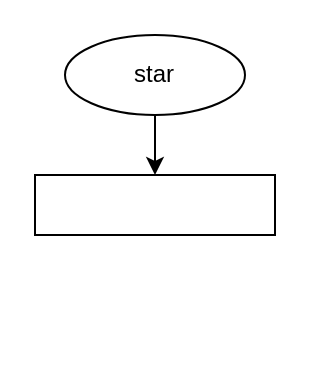
The draw.io diagram flowchart.drawio in maulliidda/Maulida-Yosi-Hamidah-Vending-Machine-MYH, before the edit. Source tidied: cells renumbered, new cells numbered last; positions are measured from the earlier drawing's top-left corner, leaving out a move shared by most shapes. Both pictures are drawn from the tidied source at 200%, with x=0, y=0 at pixel (34, 34).
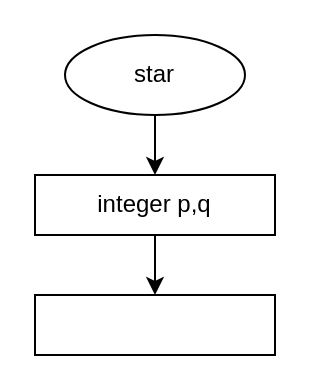
The same diagram, later.

Commit message:
Add variabel p=0 for proses output

Diff of the diagram source:
```diff
@@
 <mxGraphModel>
   <root>
     <mxCell id="0" />
     <mxCell id="1" parent="0" />
     <mxCell id="2" style="edgeStyle=none;html=1;" parent="1" edge="1" source="3" target="4">
       <mxGeometry relative="1" as="geometry" />
     </mxCell>
     <mxCell id="3" value="star" style="ellipse;whiteSpace=wrap;html=1;" parent="1" vertex="1">
       <mxGeometry x="15" width="90" height="40" as="geometry" />
     </mxCell>
+    <mxCell id="5" style="edgeStyle=none;html=1;" parent="1" edge="1" source="4" target="6">
+      <mxGeometry relative="1" as="geometry" />
+    </mxCell>
-    <mxCell id="4" style="whiteSpace=wrap;html=1;" parent="1" vertex="1">
+    <mxCell id="4" value="integer p,q" style="whiteSpace=wrap;html=1;" parent="1" vertex="1">
       <mxGeometry y="70" width="120" height="30" as="geometry" />
     </mxCell>
+    <mxCell id="6" style="whiteSpace=wrap;html=1;" parent="1" vertex="1">
+      <mxGeometry y="130" width="120" height="30" as="geometry" />
+    </mxCell>
   </root>
 </mxGraphModel>
```
